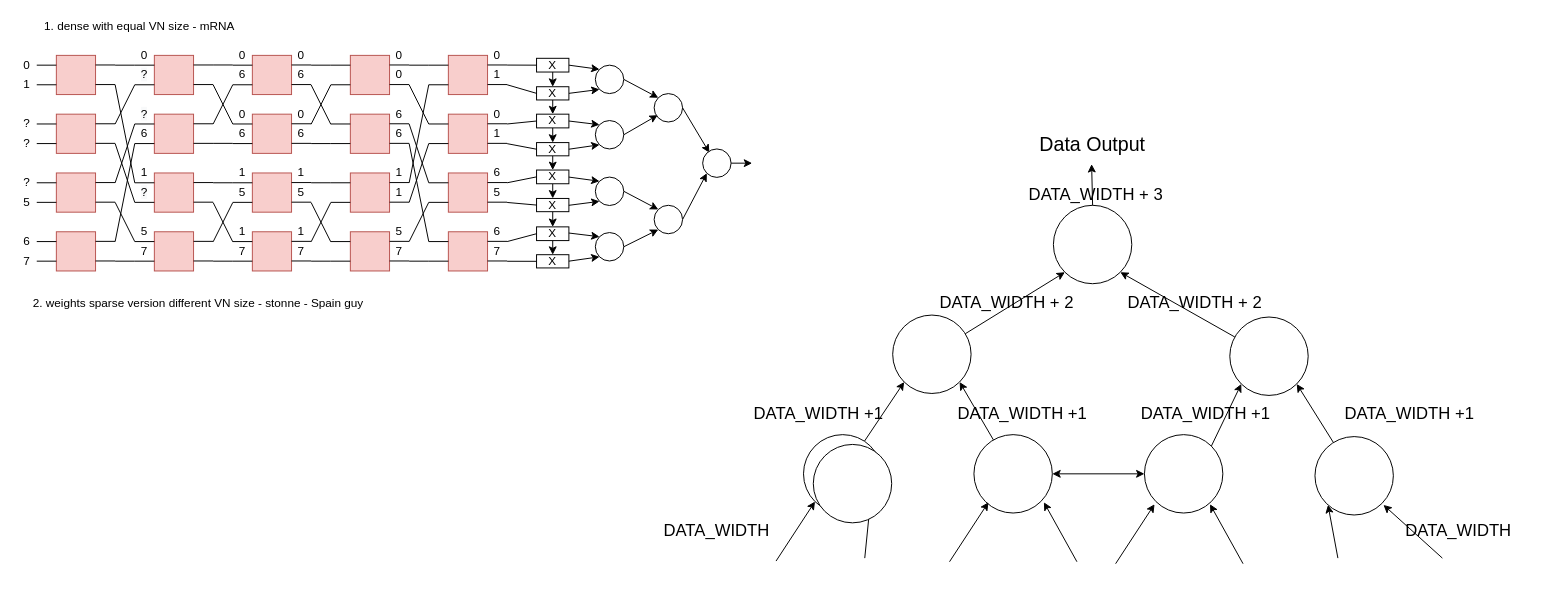
Earlier version of the draw.io diagram page "MAERI_integration" (11 of 12) of presentation/diagram/BENES_controller_scratch.drawio (georgia-tech-synergy-lab/AcceleratorNoC). Source tidied: cells renumbered, new cells numbered last; positions are measured from the earlier drawing's top-left corner, leaving out a move shared by most shapes. Both pictures are drawn from the tidied source at 98%, with x=0, y=0 at pixel (17, 17).
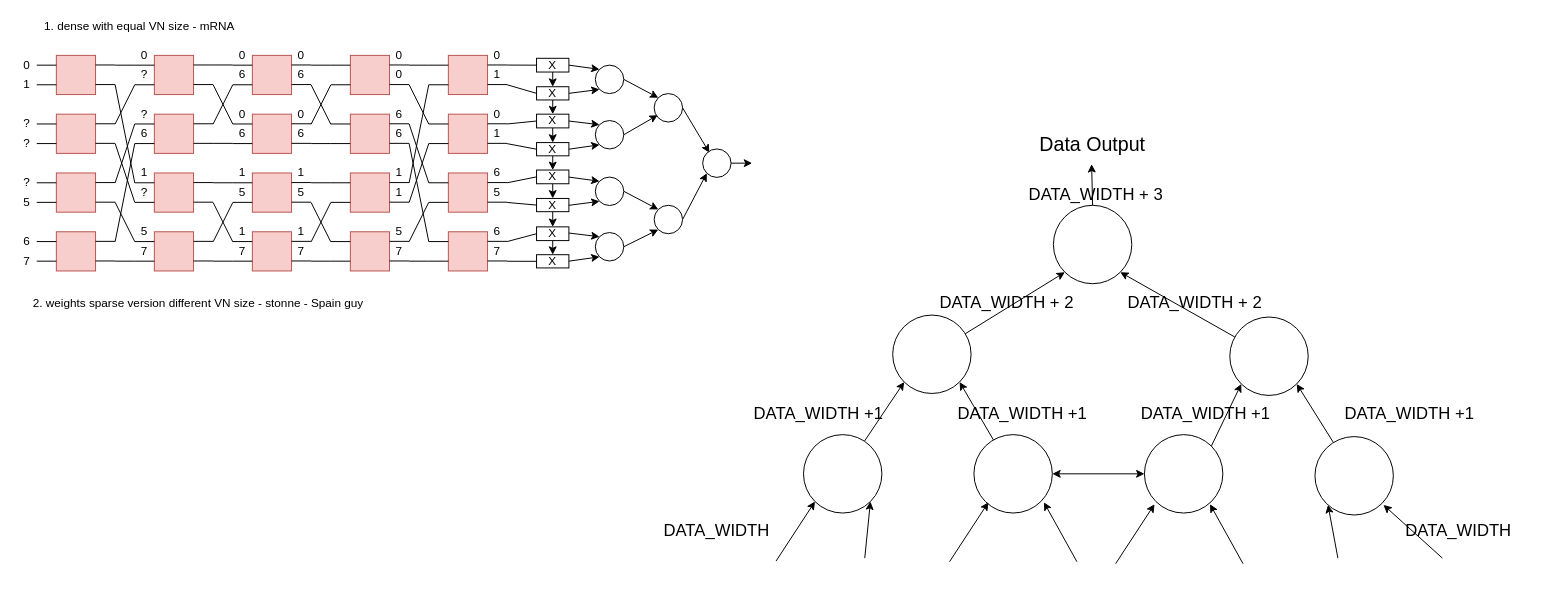
The same diagram, later.

Change to the diagram source:
```diff
@@
-    <mxCell id="240" style="ellipse;whiteSpace=wrap;html=1;" parent="1" vertex="1">
-      <mxGeometry x="812.4" y="436" width="80" height="80" as="geometry" />
-    </mxCell>
```
